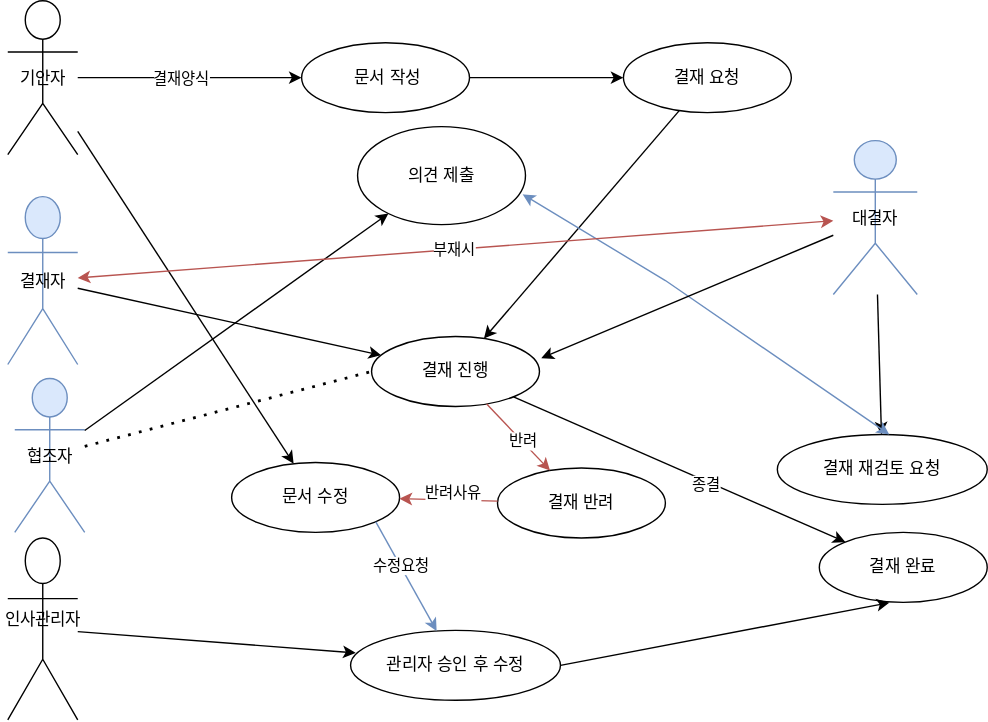
sunday1284/jsp_spring02 keeps this draw.io diagram as document/다이어그램 결재함관리2.drawio.svg. Above is the earlier version. Source tidied: cells renumbered, new cells last; positions are measured from the earlier drawing's top-left corner, leaving out a move shared by most shapes.
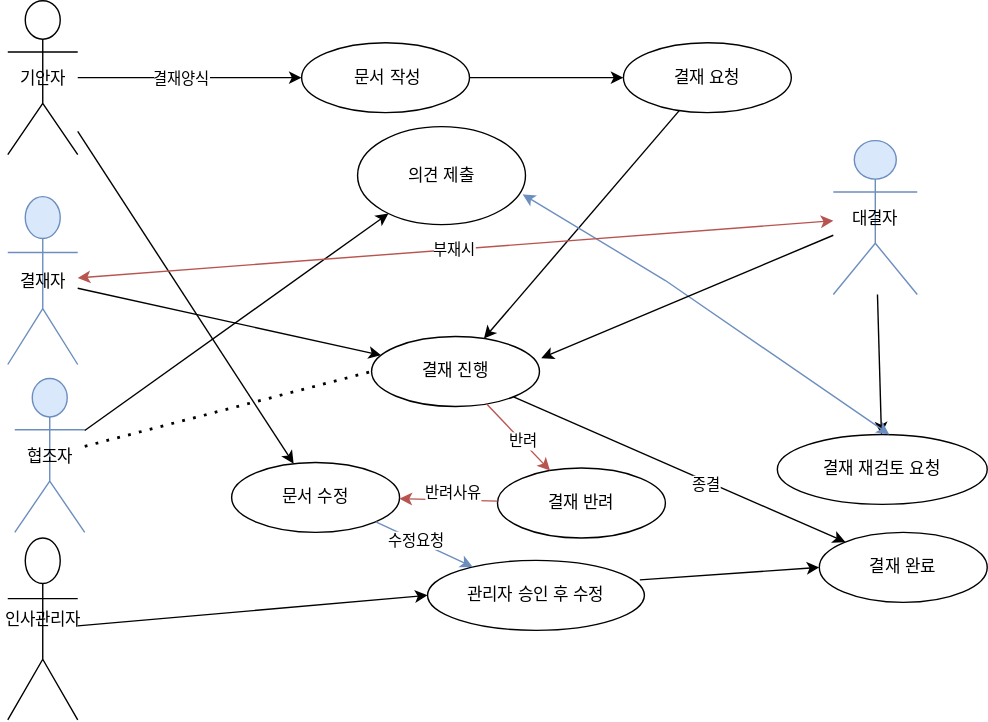
After the change.

Commit message:
다이어그램 결재함관리2.drawio.svg 업데이트

What changed in the source:
```diff
@@ -79,7 +79,7 @@
       </mxGeometry>
     </mxCell>
     <mxCell id="26" value="관리자 승인 후 수정" style="ellipse;whiteSpace=wrap;html=1;" parent="1" vertex="1">
-      <mxGeometry x="245" y="450" width="150" height="50" as="geometry" />
+      <mxGeometry x="300" y="400" width="155" height="50" as="geometry" />
     </mxCell>
     <mxCell id="27" style="fillColor=#dae8fc;strokeColor=#6c8ebf;exitX=1;exitY=1;exitDx=0;exitDy=0;" parent="1" edge="1" source="22" target="26">
       <mxGeometry relative="1" as="geometry" />
@@ -104,20 +104,20 @@
         </Array>
       </mxGeometry>
     </mxCell>
-    <mxCell id="33" style="endArrow=classic;html=1;rounded=0;entryX=0.417;entryY=1.005;entryDx=0;entryDy=0;exitX=1;exitY=0.5;exitDx=0;exitDy=0;entryPerimeter=0;" parent="1" edge="1" source="26" target="16">
-      <mxGeometry relative="1" as="geometry" />
-    </mxCell>
     <mxCell id="34" value="부재시" style="endArrow=classic;startArrow=classic;html=1;rounded=0;fillColor=#f8cecc;strokeColor=#b85450;" parent="1" edge="1" source="3" target="4">
       <mxGeometry relative="1" as="geometry" />
     </mxCell>
     <mxCell id="35" style="endArrow=classic;html=1;rounded=0;entryX=1.011;entryY=0.309;entryDx=0;entryDy=0;entryPerimeter=0;" parent="1" edge="1" source="4" target="11">
       <mxGeometry relative="1" as="geometry" />
     </mxCell>
-    <mxCell id="36" style="endArrow=classic;html=1;rounded=0;entryX=0.024;entryY=0.322;entryDx=0;entryDy=0;entryPerimeter=0;" parent="1" edge="1" source="5" target="26">
+    <mxCell id="36" style="endArrow=classic;html=1;rounded=0;entryX=0;entryY=0.5;entryDx=0;entryDy=0;" parent="1" edge="1" source="5" target="26">
       <mxGeometry relative="1" as="geometry" />
     </mxCell>
     <mxCell id="37" style="endArrow=none;dashed=1;html=1;dashPattern=1 3;strokeWidth=2;rounded=0;entryX=0;entryY=0.5;entryDx=0;entryDy=0;" parent="1" edge="1" source="29" target="11">
       <mxGeometry relative="1" as="geometry" />
     </mxCell>
+    <mxCell id="33" style="endArrow=classic;html=1;rounded=0;exitX=0.979;exitY=0.279;exitDx=0;exitDy=0;entryX=0;entryY=0.5;entryDx=0;entryDy=0;exitPerimeter=0;" parent="1" edge="1" source="26" target="16">
+      <mxGeometry relative="1" as="geometry" />
+    </mxCell>
   </root>
 </mxGraphModel>
```
